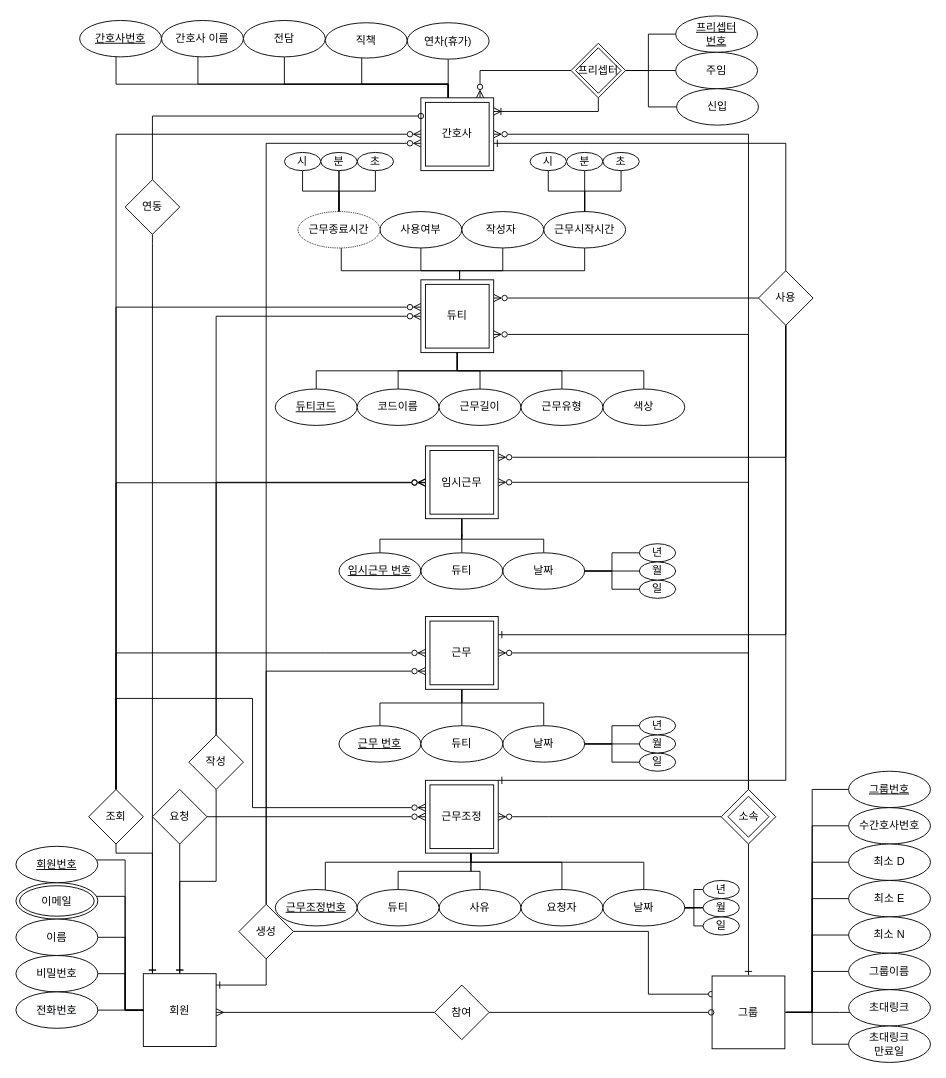
The draw.io diagram Untitled Diagram.drawio in pyoyeongun/webdanseom, before the edit. Source tidied: cells renumbered, new cells numbered last; positions are measured from the earlier drawing's top-left corner, leaving out a move shared by most shapes. Both pictures are drawn from the tidied source at 91%, with x=0, y=0 at pixel (15, 15).
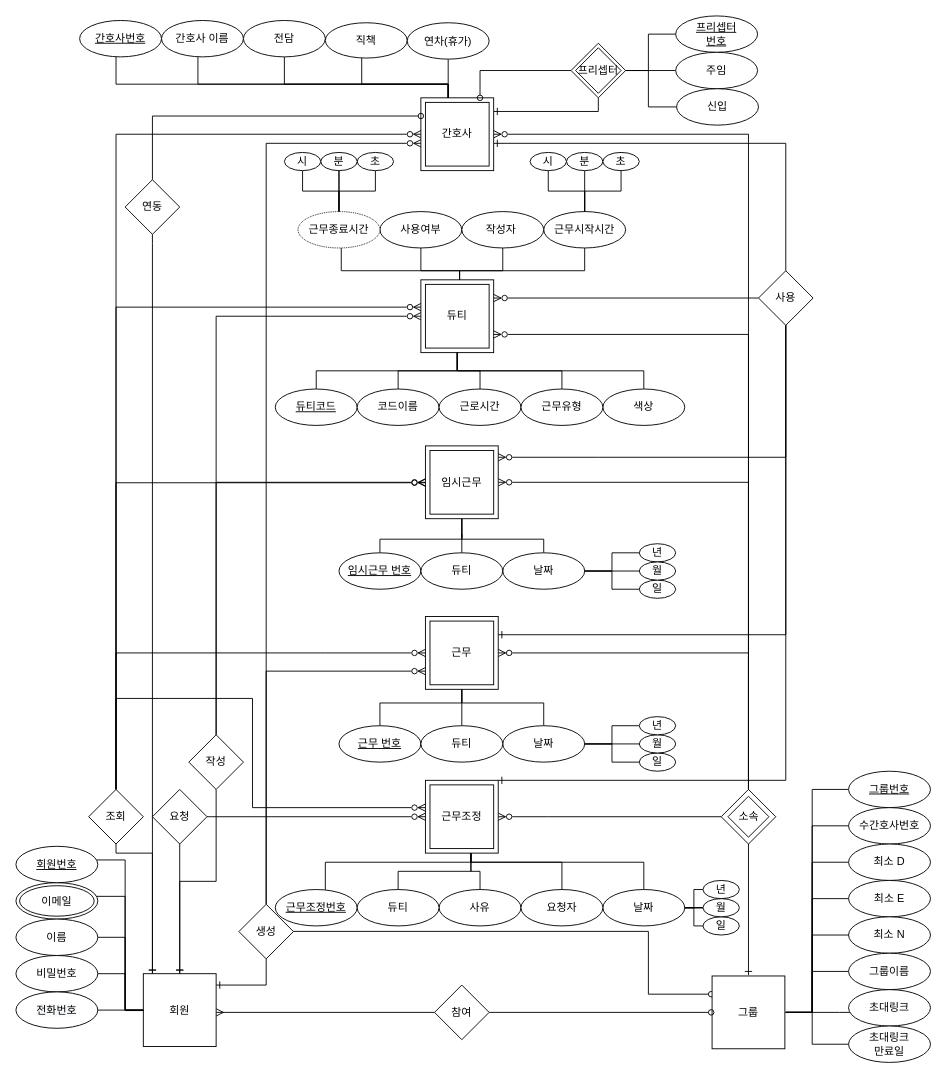
Above is the later version.

The change refers to these unchanged cells:
```xml
<mxCell id="76" style="whiteSpace=wrap;html=1;gradientColor=#ffffff;gradientDirection=south;strokeColor=default;rounded=0;" parent="1" vertex="1">
  <mxGeometry x="445" y="90" width="80" height="80" as="geometry" />
</mxCell>
<mxCell id="140" style="rhombus;whiteSpace=wrap;html=1;" parent="1" vertex="1">
  <mxGeometry x="610" y="30" width="60" height="60" as="geometry" />
</mxCell>
```

Diff of the diagram source:
```diff
@@
-    <mxCell id="74" style="edgeStyle=orthogonalEdgeStyle;rounded=0;jettySize=auto;html=1;startArrow=ERoneToMany;startFill=0;endArrow=none;endFill=0;" parent="1" edge="1" source="76" target="140">
+    <mxCell id="74" style="edgeStyle=orthogonalEdgeStyle;rounded=0;jettySize=auto;html=1;startArrow=ERone;startFill=0;endArrow=none;endFill=0;" parent="1" edge="1" source="76" target="140">
       <mxGeometry relative="1" as="geometry">
         <Array as="points">
           <mxPoint x="640" y="105" />
         </Array>
       </mxGeometry>
     </mxCell>
@@
-    <mxCell id="116" value="근무길이" style="ellipse;whiteSpace=wrap;html=1;" parent="1" vertex="1">
+    <mxCell id="116" value="근로시간" style="ellipse;whiteSpace=wrap;html=1;" parent="1" vertex="1">
       <mxGeometry x="465" y="410" width="90" height="40" as="geometry" />
     </mxCell>
@@
-    <mxCell id="139" style="edgeStyle=orthogonalEdgeStyle;rounded=0;jettySize=auto;html=1;endArrow=ERzeroToMany;endFill=0;" parent="1" edge="1" source="140" target="76">
+    <mxCell id="139" style="edgeStyle=orthogonalEdgeStyle;rounded=0;jettySize=auto;html=1;endArrow=oval;endFill=0;" parent="1" edge="1" source="140" target="76">
       <mxGeometry relative="1" as="geometry">
         <Array as="points">
           <mxPoint x="510" y="60" />
         </Array>
       </mxGeometry>
     </mxCell>
```
